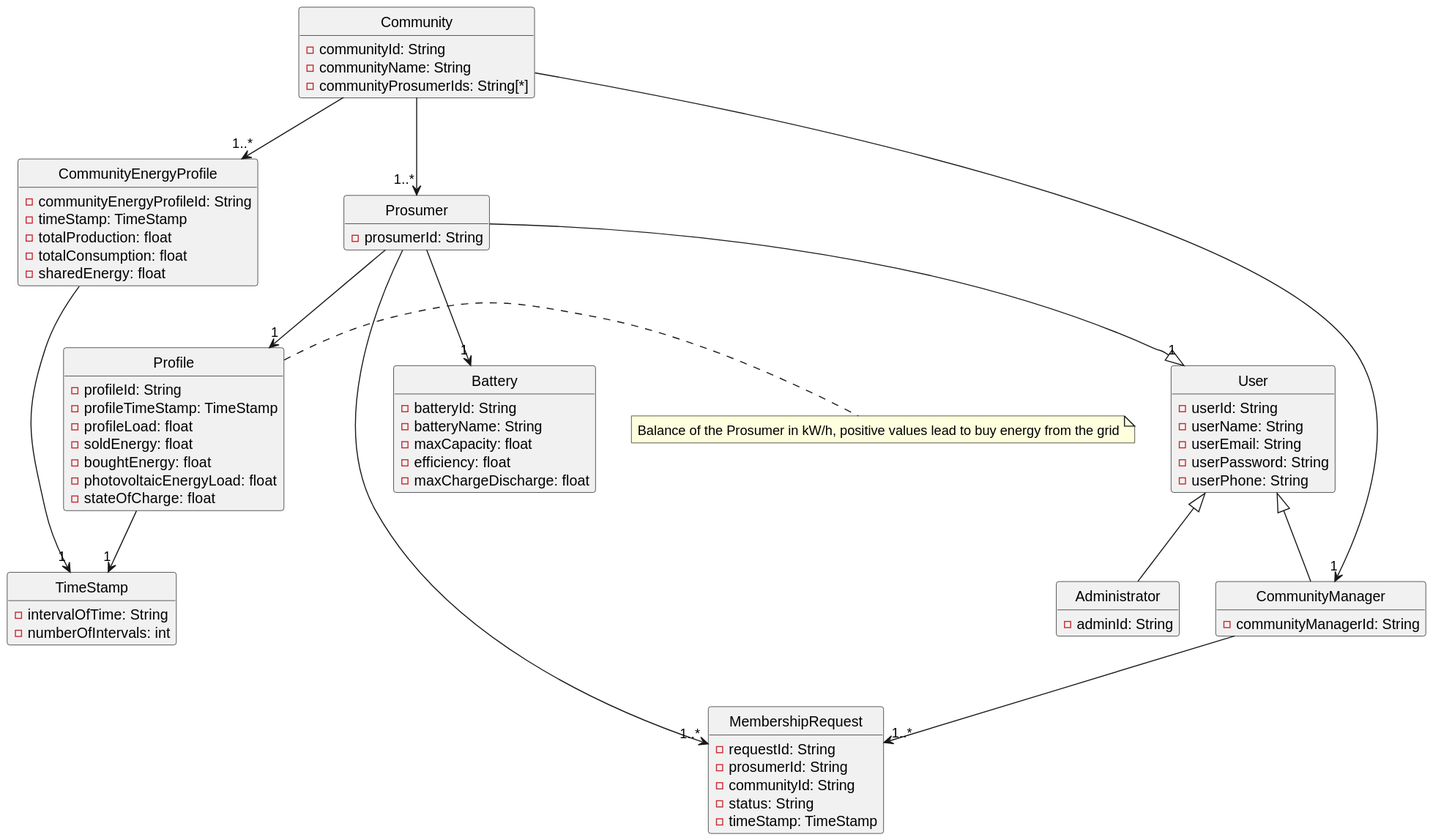
This is out/Documentation/ClassDiagram/ClassDiagram3V2/ClassDiagram3V2.svg from Phenriquerafael/EnergyComunitiesPlatform, a PlantUML export, as it was before one commit. Its diagram source:
```plantuml
@startuml
skinparam style strictuml
hide methods

class Prosumer {
  - prosumerId: String
}

class Profile {
  - profileId: String
  - profileTimeStamp: TimeStamp
  - profileLoad: float
  - soldEnergy: float
  - boughtEnergy: float
  - photovoltaicEnergyLoad: float
  - stateOfCharge: float
}

class User {
  - userId: String
  - userName: String
  - userEmail: String
  - userPassword: String
  - userPhone: String
}

class Administrator {
  - adminId: String
}

class CommunityManager {
  - communityManagerId: String
}

class Battery {
  - batteryId: String
  - batteryName: String
  - maxCapacity: float
  - efficiency: float
  - maxChargeDischarge: float
}

class Community {
  - communityId: String
  - communityName: String
  - communityProsumerIds: String[*]
}

class MembershipRequest {
  - requestId: String
  - prosumerId: String
  - communityId: String
  - status: String
  - timeStamp: TimeStamp
}

class CommunityEnergyProfile {
  - communityEnergyProfileId: String
  - timeStamp: TimeStamp
  - totalProduction: float
  - totalConsumption: float
  - sharedEnergy: float
}

class TimeStamp {
  - intervalOfTime: String
  - numberOfIntervals: int
}

Prosumer --> "1" Profile
Prosumer --> "1" Battery
Prosumer --|> "1" User
Prosumer --> "1..*" MembershipRequest

Profile --> "1" TimeStamp

User <|-- Administrator
User <|-- CommunityManager

Community --> "1..*" Prosumer
Community --> "1" CommunityManager
Community --> "1..*" CommunityEnergyProfile
CommunityManager --> "1..*" MembershipRequest

CommunityEnergyProfile --> "1" TimeStamp

note right of Profile: Balance of the Prosumer in kW/h, positive values lead to buy energy from the grid
@enduml
```
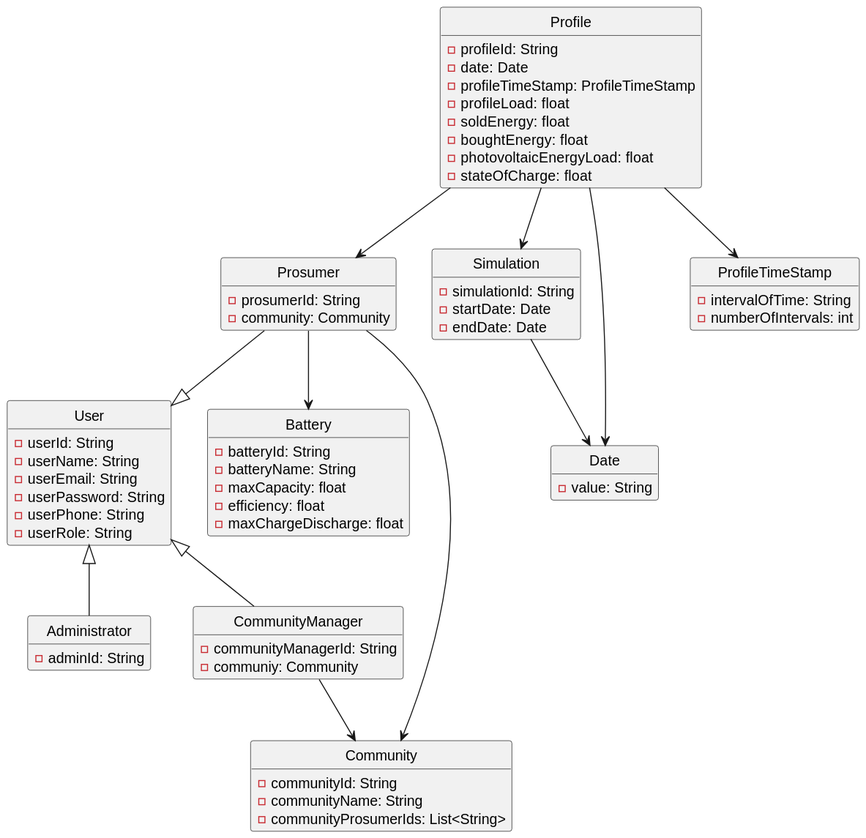
Above is the later version.

What changed in the source:
```diff
@@ -2,13 +2,16 @@
 skinparam style strictuml
 hide methods
 
+
 class Prosumer {
   - prosumerId: String
+  - community: Community
 }
 
 class Profile {
   - profileId: String
-  - profileTimeStamp: TimeStamp
+  - date: Date
+  - profileTimeStamp: ProfileTimeStamp
   - profileLoad: float
   - soldEnergy: float
   - boughtEnergy: float
@@ -22,6 +25,7 @@
   - userEmail: String
   - userPassword: String
   - userPhone: String
+  - userRole: String
 }
 
 class Administrator {
@@ -30,6 +34,7 @@
 
 class CommunityManager {
   - communityManagerId: String
+  - communiy: Community
 }
 
 class Battery {
@@ -43,46 +48,37 @@
 class Community {
   - communityId: String
   - communityName: String
-  - communityProsumerIds: String[*]
+  - communityProsumerIds: List<String>
 }
 
-class MembershipRequest {
-  - requestId: String
-  - prosumerId: String
-  - communityId: String
-  - status: String
-  - timeStamp: TimeStamp
+class Simulation {
+  - simulationId: String
+  - startDate: Date
+  - endDate: Date
 }
 
-class CommunityEnergyProfile {
-  - communityEnergyProfileId: String
-  - timeStamp: TimeStamp
-  - totalProduction: float
-  - totalConsumption: float
-  - sharedEnergy: float
+class Date {
+  - value: String
 }
 
-class TimeStamp {
+class ProfileTimeStamp {
   - intervalOfTime: String
   - numberOfIntervals: int
 }
 
-Prosumer --> "1" Profile
-Prosumer --> "1" Battery
-Prosumer --|> "1" User
-Prosumer --> "1..*" MembershipRequest
 
-Profile --> "1" TimeStamp
+Prosumer -->  Battery
+Prosumer -->  Community
+Prosumer --|> User
+
+Profile -->  Prosumer
+Profile -->  Simulation
+Profile -->  ProfileTimeStamp
+Profile --> Date
 
 User <|-- Administrator
 User <|-- CommunityManager
 
-Community --> "1..*" Prosumer
-Community --> "1" CommunityManager
-Community --> "1..*" CommunityEnergyProfile
-CommunityManager --> "1..*" MembershipRequest
-
-CommunityEnergyProfile --> "1" TimeStamp
-
-note right of Profile: Balance of the Prosumer in kW/h, positive values lead to buy energy from the grid
+CommunityManager --> Community
+Simulation --> Date
 @enduml
```
